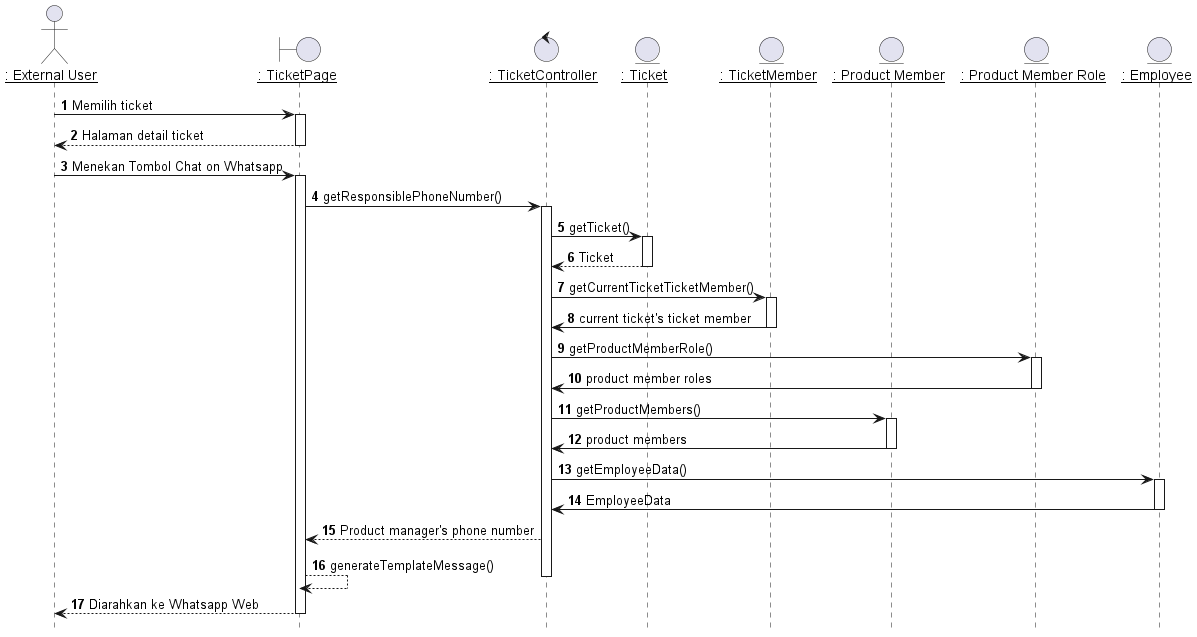
Earlier version of the PlantUML export out/plantuml/sequence/ex/ex7/Berkomunikasi Dengan PM Melalui Whatsapp.png (TAS-PKL/Laporan-PKL-Ticketing).
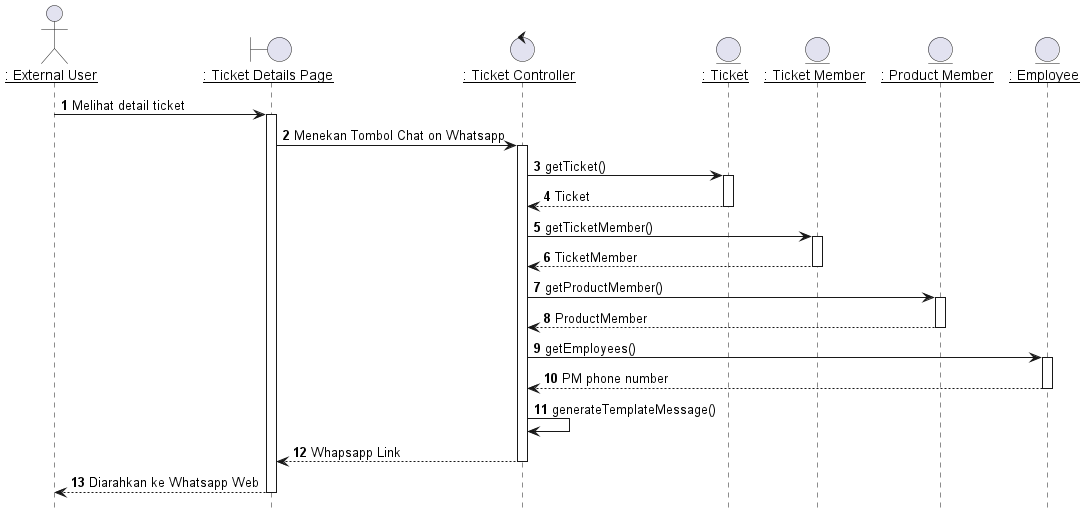
The same diagram one commit later.

Diff of the diagram source:
```diff
@@ -3,27 +3,20 @@
 hide footbox
 
 
-actor EU as "__: External User__"
-boundary TicketPage as "__: TicketPage__"
-control TicketController as "__: TicketController__"
+actor IPM as "__: External User__"
+boundary TicketDetailsPage as "__: Ticket Details Page__"
+control TicketController as "__: Ticket Controller__"
 entity Ticket as "__: Ticket__"
-entity TicketMember as "__: TicketMember__"
-entity ProductMembers as "__: Product Member__"
-entity ProductMemberRoles as "__: Product Member Role__"
+entity TicketMember as "__: Ticket Member__"
+entity ProductMember as "__: Product Member__"
 entity Employees as "__: Employee__"
 
+autonumber 1
+IPM -> TicketDetailsPage: Melihat detail ticket
+activate TicketDetailsPage
 
-autonumber 1
-EU -> TicketPage: Memilih ticket
-activate TicketPage
 
-TicketPage --> EU: Halaman detail ticket
-deactivate TicketPage
-
-EU -> TicketPage: Menekan Tombol Chat on Whatsapp
-activate TicketPage
-
-TicketPage -> TicketController: getResponsiblePhoneNumber()
+TicketDetailsPage -> TicketController: Menekan Tombol Chat on Whatsapp
 activate TicketController
 
 TicketController -> Ticket: getTicket()
@@ -32,37 +25,31 @@
 Ticket --> TicketController : Ticket
 deactivate Ticket
 
-TicketController -> TicketMember: getCurrentTicketTicketMember()
+TicketController -> TicketMember: getTicketMember()
 activate TicketMember
 
-TicketMember -> TicketController: current ticket's ticket member
+TicketMember --> TicketController : TicketMember
 deactivate TicketMember
 
-TicketController -> ProductMemberRoles: getProductMemberRole()
-activate ProductMemberRoles
+TicketController -> ProductMember: getProductMember()
+activate ProductMember
 
-ProductMemberRoles -> TicketController: product member roles
-deactivate ProductMemberRoles
+ProductMember --> TicketController : ProductMember
+deactivate ProductMember
 
-TicketController -> ProductMembers: getProductMembers()
-activate ProductMembers
-
-ProductMembers -> TicketController: product members
-deactivate ProductMembers
-
-TicketController -> Employees: getEmployeeData()
+TicketController -> Employees: getEmployees()
 activate Employees
 
-Employees -> TicketController: EmployeeData
+Employees --> TicketController : PM phone number
 deactivate Employees
 
+TicketController -> TicketController : generateTemplateMessage()
 
-TicketController --> TicketPage : Product manager's phone number
-TicketPage --> TicketPage : generateTemplateMessage()
+TicketController --> TicketDetailsPage : Whapsapp Link
 deactivate TicketController
 
-TicketPage --> EU : Diarahkan ke Whatsapp Web
-deactivate TicketPage
+TicketDetailsPage --> IPM : Diarahkan ke Whatsapp Web
+deactivate TicketDetailsPage
 
 
 @enduml
```
